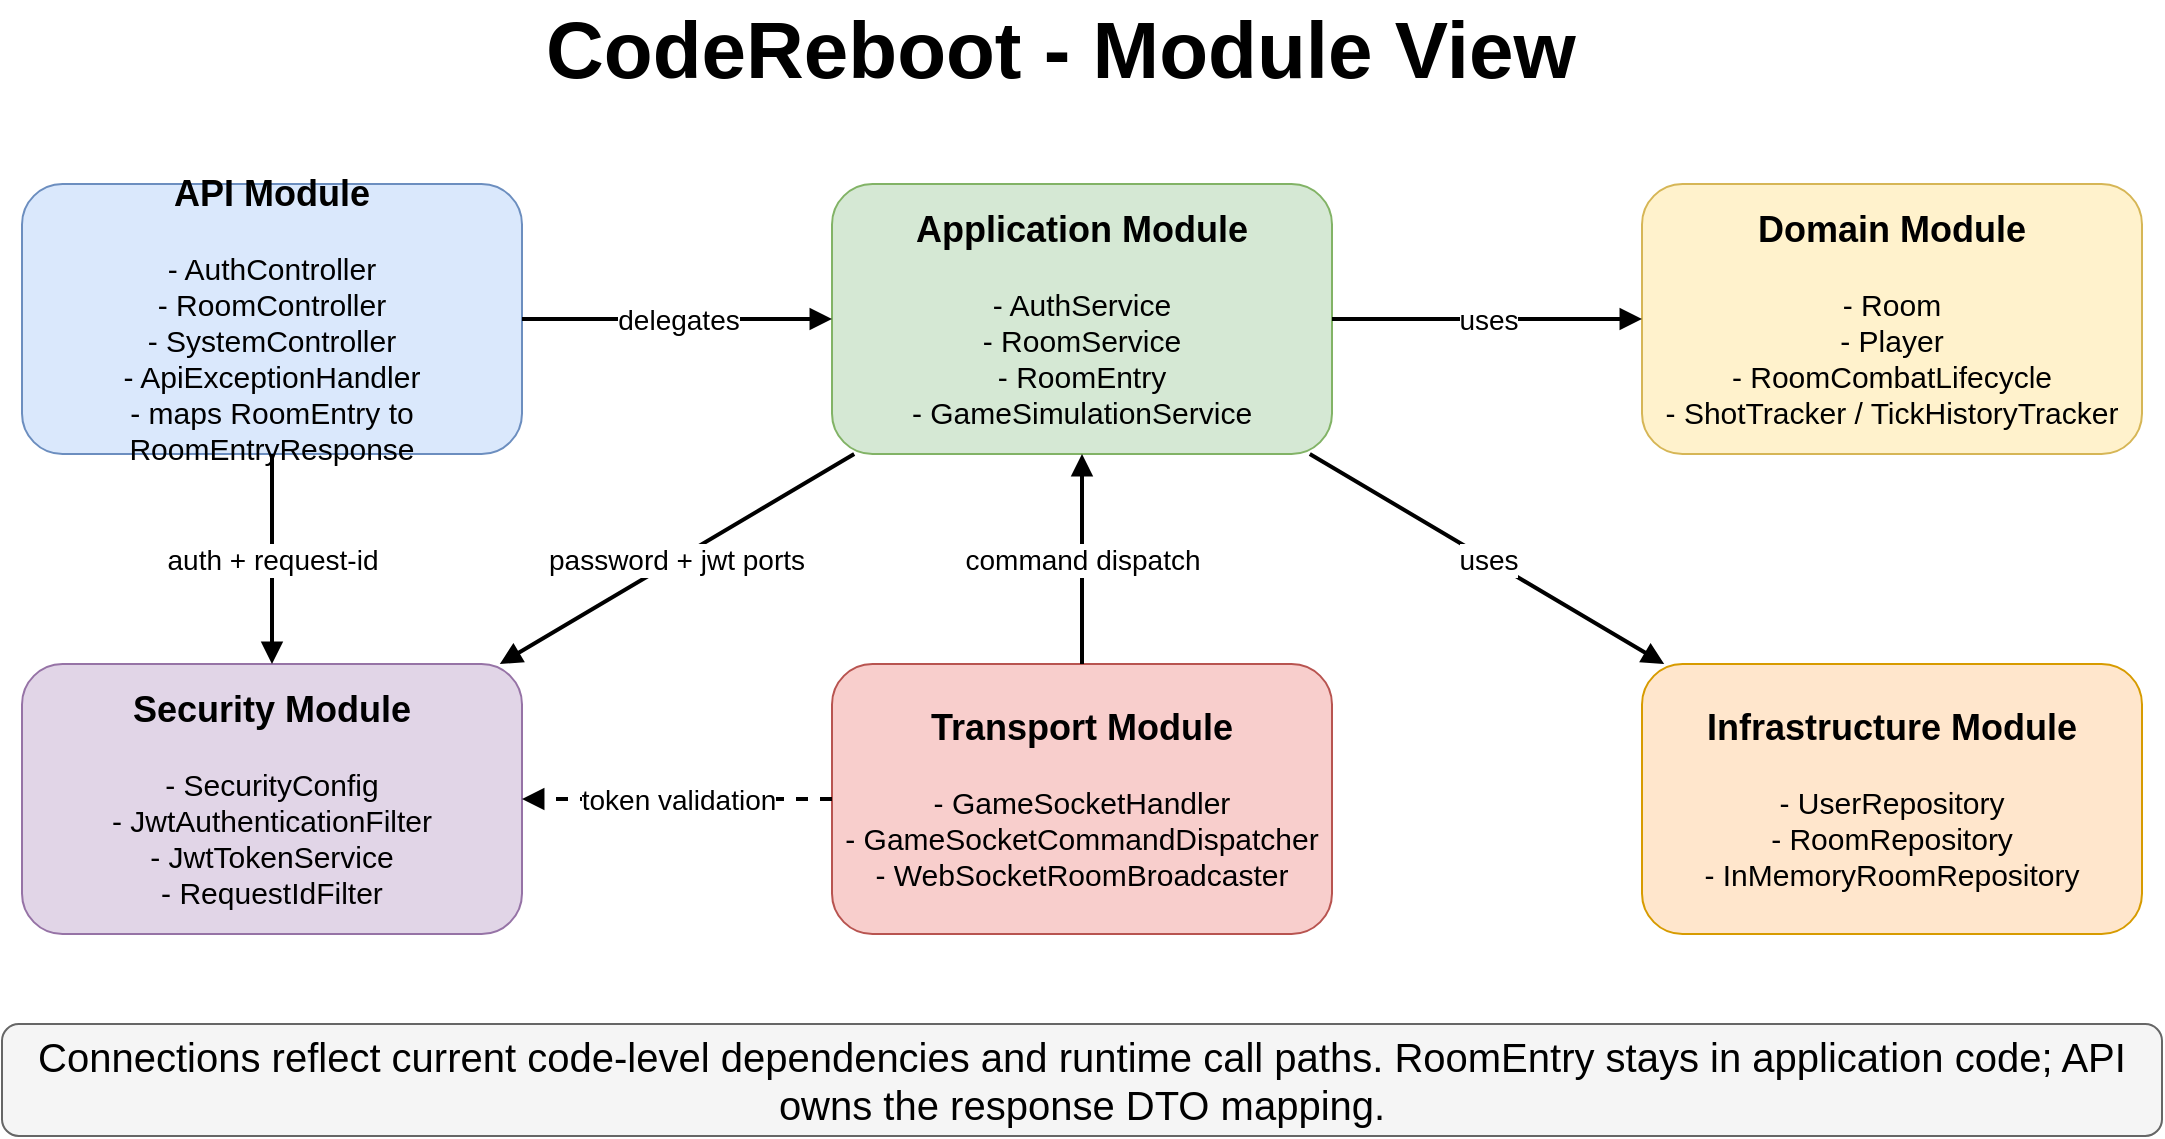
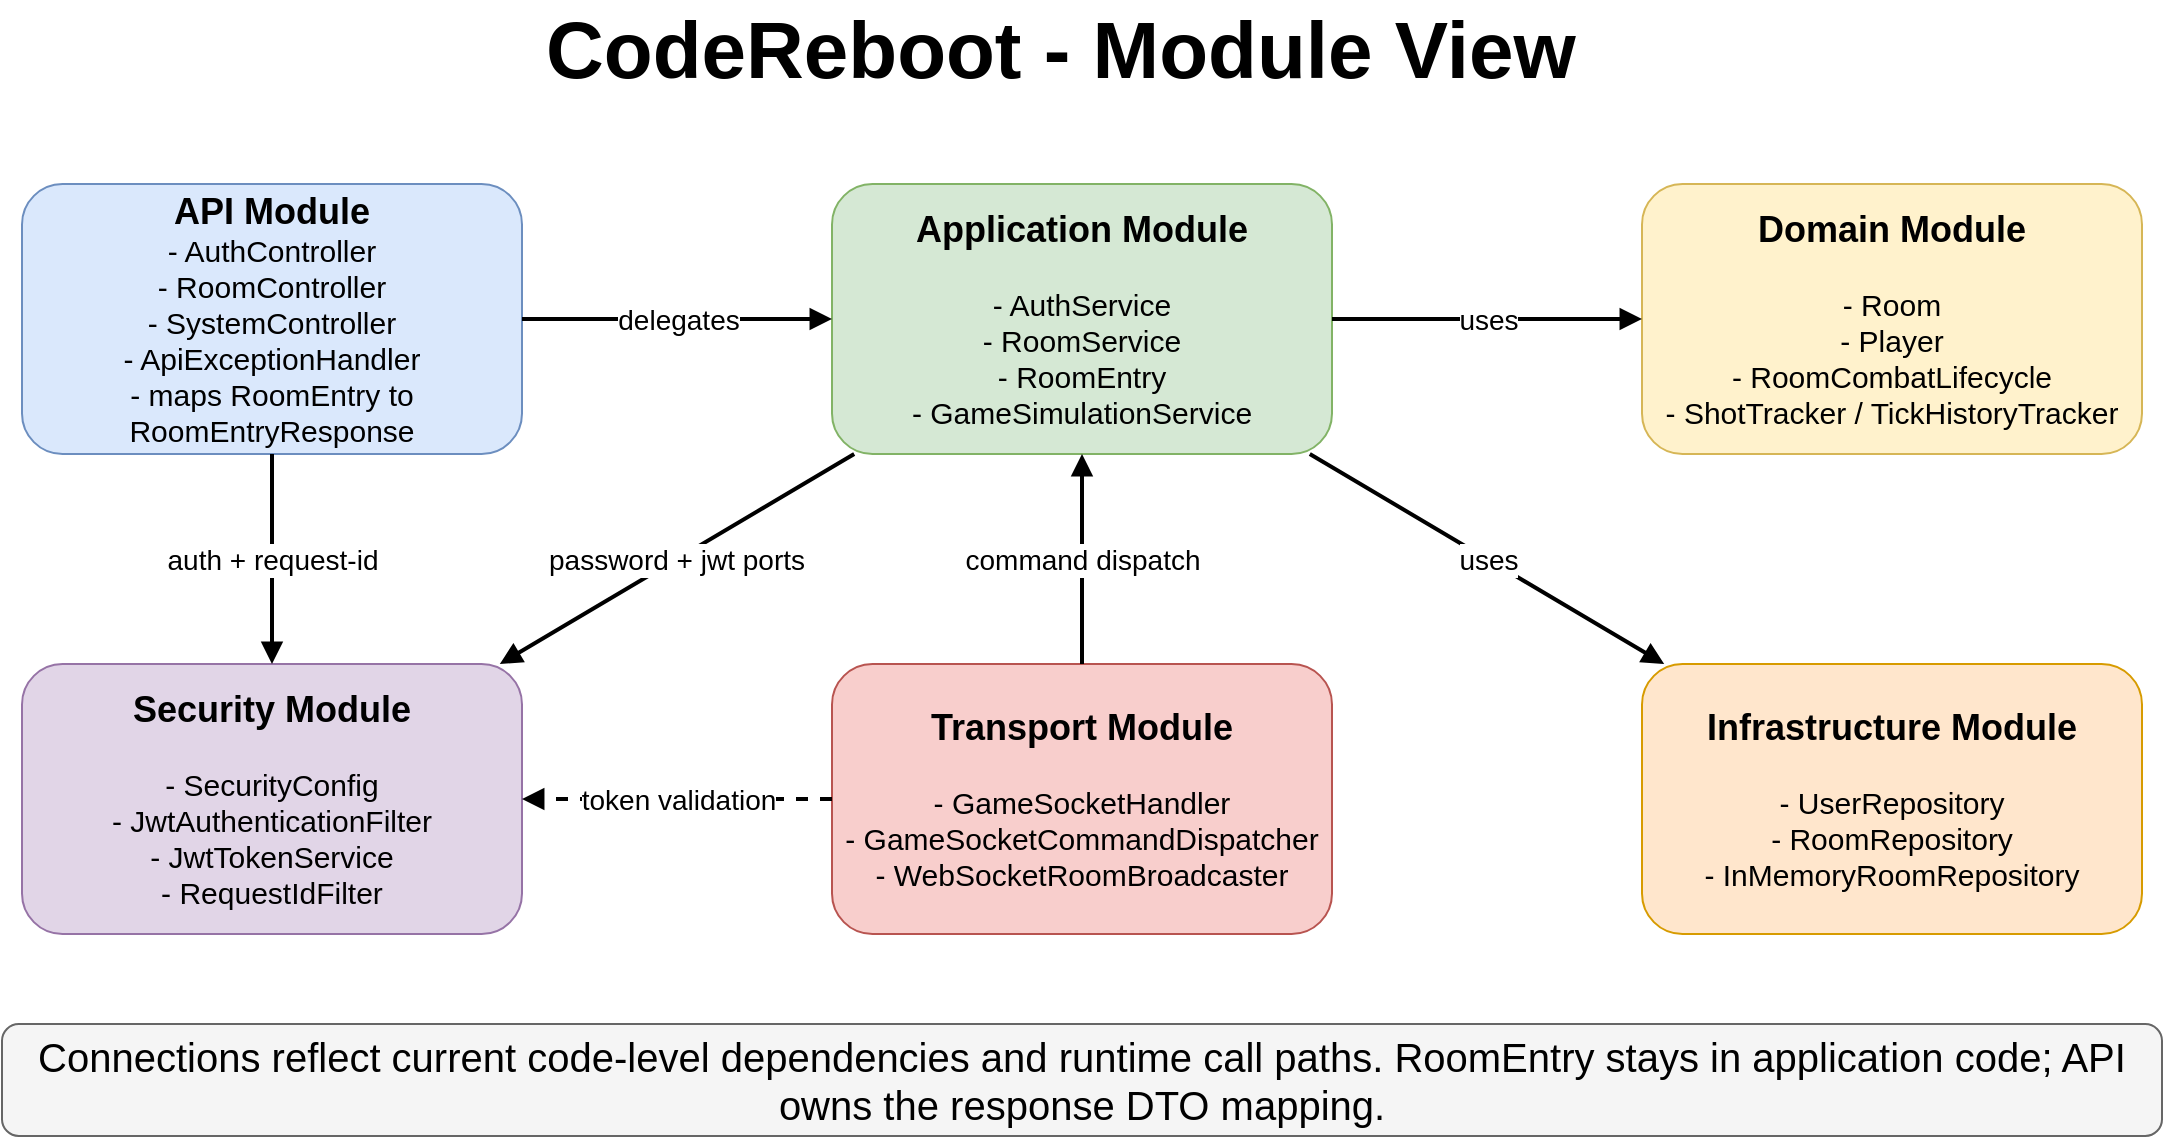
<mxfile host="65bd71144e">
    <diagram id="module-view-1" name="Module View">
-         <mxGraphModel dx="1251" dy="662" grid="0" gridSize="10" guides="1" tooltips="1" connect="1" arrows="1" fold="1" page="1" pageScale="1" pageWidth="1600" pageHeight="1000" math="0" shadow="0">
+         <mxGraphModel dx="813" dy="430" grid="0" gridSize="10" guides="1" tooltips="1" connect="1" arrows="1" fold="1" page="1" pageScale="1" pageWidth="1600" pageHeight="1000" math="0" shadow="0">
            <root>
                <mxCell id="0"/>
                <mxCell id="1" parent="0"/>
                <mxCell id="title" value="CodeReboot - Module View" style="text;html=1;strokeColor=none;fillColor=none;align=left;verticalAlign=middle;whiteSpace=wrap;rounded=0;fontSize=40;fontStyle=1;" parent="1" vertex="1">
                    <mxGeometry x="350" y="55" width="540" height="34" as="geometry"/>
                </mxCell>
-                 <mxCell id="api" value="&lt;font style=&quot;font-size: 18px;&quot;&gt;&lt;b style=&quot;&quot;&gt;API Module&lt;br&gt;&lt;/b&gt;&lt;/font&gt;&lt;br&gt;&lt;div&gt;- AuthController&lt;br&gt;- RoomController&lt;br&gt;- SystemController&lt;br&gt;- ApiExceptionHandler&lt;br&gt;- maps RoomEntry to RoomEntryResponse&lt;/div&gt;" style="rounded=1;whiteSpace=wrap;html=1;fillColor=#dae8fc;strokeColor=#6c8ebf;fontSize=15;" parent="1" vertex="1">
+                 <mxCell id="api" value="&lt;font style=&quot;font-size: 18px;&quot;&gt;&lt;b style=&quot;&quot;&gt;API Module&lt;/b&gt;&lt;/font&gt;&lt;br&gt;&lt;div&gt;- AuthController&lt;br&gt;- RoomController&lt;br&gt;- SystemController&lt;br&gt;- ApiExceptionHandler&lt;br&gt;- maps RoomEntry to RoomEntryResponse&lt;/div&gt;" style="rounded=1;whiteSpace=wrap;html=1;fillColor=#dae8fc;strokeColor=#6c8ebf;fontSize=15;" parent="1" vertex="1">
                    <mxGeometry x="90" y="140" width="250" height="135" as="geometry"/>
                </mxCell>
                <mxCell id="application" value="&lt;font style=&quot;font-size: 18px;&quot;&gt;&lt;b&gt;Application Module&lt;/b&gt;&lt;/font&gt;&lt;br&gt;&lt;br&gt;&lt;div&gt;&lt;span style=&quot;background-color: transparent; color: light-dark(rgb(0, 0, 0), rgb(255, 255, 255));&quot;&gt;- AuthService&lt;/span&gt;&lt;/div&gt;&lt;div&gt;- RoomService&lt;br&gt;- RoomEntry&lt;br&gt;- GameSimulationService&lt;/div&gt;" style="rounded=1;whiteSpace=wrap;html=1;fillColor=#d5e8d4;strokeColor=#82b366;fontSize=15;" parent="1" vertex="1">
                    <mxGeometry x="495" y="140" width="250" height="135" as="geometry"/>
                </mxCell>
                <mxCell id="domain" value="&lt;font style=&quot;font-size: 18px;&quot;&gt;&lt;b&gt;Domain Module&lt;br&gt;&lt;/b&gt;&lt;/font&gt;&lt;br&gt;&lt;div&gt;- Room&lt;br&gt;- Player&lt;br&gt;- RoomCombatLifecycle&lt;br&gt;- ShotTracker / TickHistoryTracker&lt;/div&gt;" style="rounded=1;whiteSpace=wrap;html=1;fillColor=#fff2cc;strokeColor=#d6b656;fontSize=15;" parent="1" vertex="1">
                    <mxGeometry x="900" y="140" width="250" height="135" as="geometry"/>
                </mxCell>
                <mxCell id="security" value="&lt;font style=&quot;font-size: 18px;&quot;&gt;&lt;b&gt;Security Module&lt;br&gt;&lt;/b&gt;&lt;/font&gt;&lt;br&gt;&lt;div&gt;- SecurityConfig&lt;br&gt;- JwtAuthenticationFilter&lt;br&gt;- JwtTokenService&lt;br&gt;- RequestIdFilter&lt;/div&gt;" style="rounded=1;whiteSpace=wrap;html=1;fillColor=#e1d5e7;strokeColor=#9673a6;fontSize=15;" parent="1" vertex="1">
                    <mxGeometry x="90" y="380" width="250" height="135" as="geometry"/>
                </mxCell>
                <mxCell id="transport" value="&lt;font style=&quot;font-size: 18px;&quot;&gt;&lt;b&gt;Transport Module&lt;/b&gt;&lt;/font&gt;&lt;br&gt;&lt;br&gt;&lt;div&gt;- GameSocketHandler&lt;br&gt;- GameSocketCommandDispatcher&lt;br&gt;- WebSocketRoomBroadcaster&lt;/div&gt;" style="rounded=1;whiteSpace=wrap;html=1;fillColor=#f8cecc;strokeColor=#b85450;fontSize=15;" parent="1" vertex="1">
                    <mxGeometry x="495" y="380" width="250" height="135" as="geometry"/>
                </mxCell>
                <mxCell id="infra" value="&lt;font style=&quot;font-size: 18px;&quot;&gt;&lt;b&gt;Infrastructure Module&lt;br&gt;&lt;/b&gt;&lt;/font&gt;&lt;br&gt;&lt;div&gt;- UserRepository&lt;br&gt;- RoomRepository&lt;br&gt;- InMemoryRoomRepository&lt;/div&gt;" style="rounded=1;whiteSpace=wrap;html=1;fillColor=#ffe6cc;strokeColor=#d79b00;fontSize=15;" parent="1" vertex="1">
                    <mxGeometry x="900" y="380" width="250" height="135" as="geometry"/>
                </mxCell>
                <mxCell id="e1" value="delegates" style="endArrow=block;html=1;rounded=0;strokeWidth=2;fontSize=14;" parent="1" source="api" target="application" edge="1">
                    <mxGeometry relative="1" as="geometry"/>
                </mxCell>
                <mxCell id="e2" value="auth + request-id" style="endArrow=block;html=1;rounded=0;strokeWidth=2;fontSize=14;" parent="1" source="api" target="security" edge="1">
                    <mxGeometry relative="1" as="geometry"/>
                </mxCell>
                <mxCell id="e3" value="uses" style="endArrow=block;html=1;rounded=0;strokeWidth=2;fontSize=14;" parent="1" source="application" target="domain" edge="1">
                    <mxGeometry relative="1" as="geometry"/>
                </mxCell>
                <mxCell id="e4" value="uses" style="endArrow=block;html=1;rounded=0;strokeWidth=2;fontSize=14;" parent="1" source="application" target="infra" edge="1">
                    <mxGeometry relative="1" as="geometry"/>
                </mxCell>
                <mxCell id="e5" value="password + jwt ports" style="endArrow=block;html=1;rounded=0;strokeWidth=2;fontSize=14;" parent="1" source="application" target="security" edge="1">
                    <mxGeometry relative="1" as="geometry"/>
                </mxCell>
                <mxCell id="e6" value="command dispatch" style="endArrow=block;html=1;rounded=0;strokeWidth=2;fontSize=14;" parent="1" source="transport" target="application" edge="1">
                    <mxGeometry relative="1" as="geometry"/>
                </mxCell>
                <mxCell id="e7" value="token validation" style="endArrow=block;html=1;rounded=0;dashed=1;strokeWidth=2;fontSize=14;" parent="1" source="transport" target="security" edge="1">
                    <mxGeometry relative="1" as="geometry"/>
                </mxCell>
                <mxCell id="note" value="Connections reflect current code-level dependencies and runtime call paths. RoomEntry stays in application code; API owns the response DTO mapping." style="rounded=1;whiteSpace=wrap;html=1;fillColor=#f5f5f5;strokeColor=#666666;fontSize=20;" parent="1" vertex="1">
                    <mxGeometry x="80" y="560" width="1080" height="56" as="geometry"/>
                </mxCell>
            </root>
        </mxGraphModel>
    </diagram>
</mxfile>